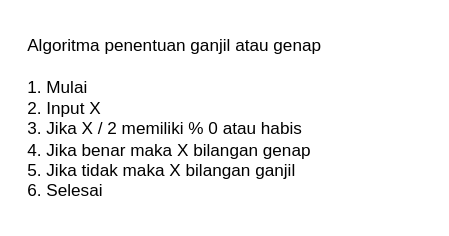
Earlier version of the draw.io diagram page "Algoritma penentuan ganjil atau genap" (1 of 2) of tugas4.drawio (wisnu318/fwg17-computer-science). Source tidied: cells renumbered, new cells numbered last; positions are measured from the earlier drawing's top-left corner, leaving out a move shared by most shapes. Both pictures are drawn from the tidied source at 143%, with x=0, y=0 at pixel (24, 24).
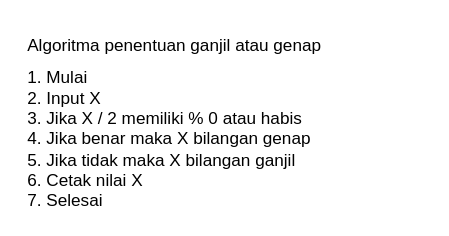
Above is the later version.

What changed in the source:
```diff
@@
 <mxGraphModel>
   <root>
     <mxCell id="0" />
     <mxCell id="1" parent="0" />
     <mxCell id="2" value="Algoritma penentuan ganjil atau genap" style="text;html=1;strokeColor=none;fillColor=none;align=left;verticalAlign=middle;whiteSpace=wrap;rounded=0;" parent="1" vertex="1">
       <mxGeometry width="210" height="30" as="geometry" />
     </mxCell>
-    <mxCell id="3" value="1. Mulai&lt;br&gt;2. Input X&amp;nbsp;&lt;br&gt;3. Jika X / 2 memiliki % 0 atau habis&lt;br&gt;4. Jika benar maka X bilangan genap&lt;br&gt;5. Jika tidak maka X bilangan ganjil&lt;br&gt;6. Selesai" style="text;html=1;strokeColor=none;fillColor=none;align=left;verticalAlign=middle;whiteSpace=wrap;rounded=0;" parent="1" vertex="1">
+    <mxCell id="3" value="1. Mulai&lt;br&gt;2. Input X&amp;nbsp;&lt;br&gt;3. Jika X / 2 memiliki % 0 atau habis&lt;br&gt;4. Jika benar maka X bilangan genap&lt;br&gt;5. Jika tidak maka X bilangan ganjil&lt;br&gt;6. Cetak nilai X&lt;br&gt;7. Selesai" style="text;html=1;strokeColor=none;fillColor=none;align=left;verticalAlign=middle;whiteSpace=wrap;rounded=0;" parent="1" vertex="1">
       <mxGeometry y="30" width="280" height="100" as="geometry" />
     </mxCell>
   </root>
 </mxGraphModel>
```
